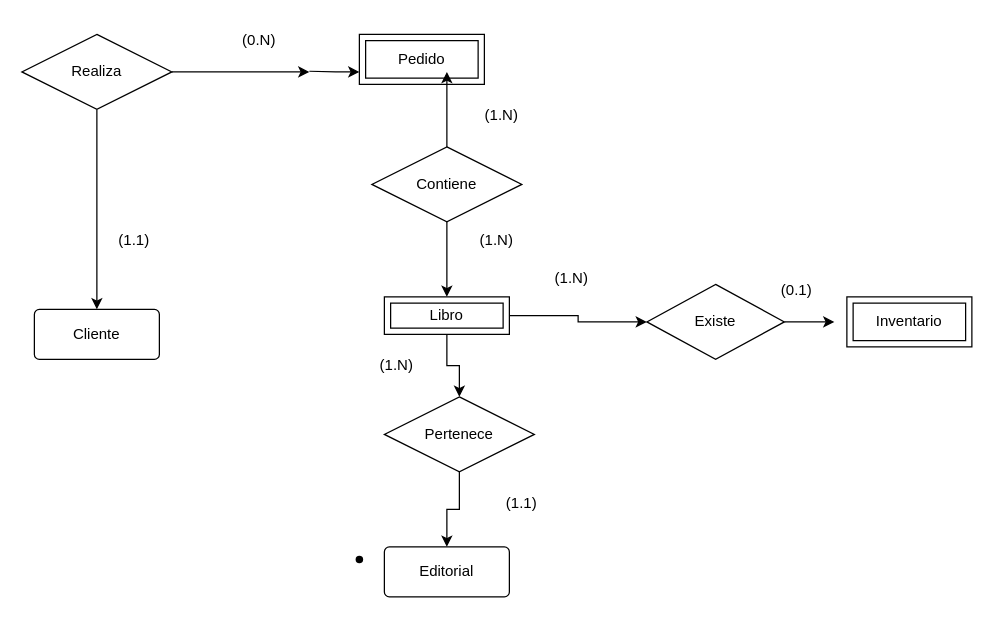
Sergio-Tolaba/ds_ej keeps this draw.io diagram as db/modelo.drawio. Above is the earlier version. Source tidied: cells renumbered, new cells numbered last; positions are measured from the earlier drawing's top-left corner, leaving out a move shared by most shapes. Both pictures are drawn from the tidied source at 125%, with x=0, y=0 at pixel (21, 21).
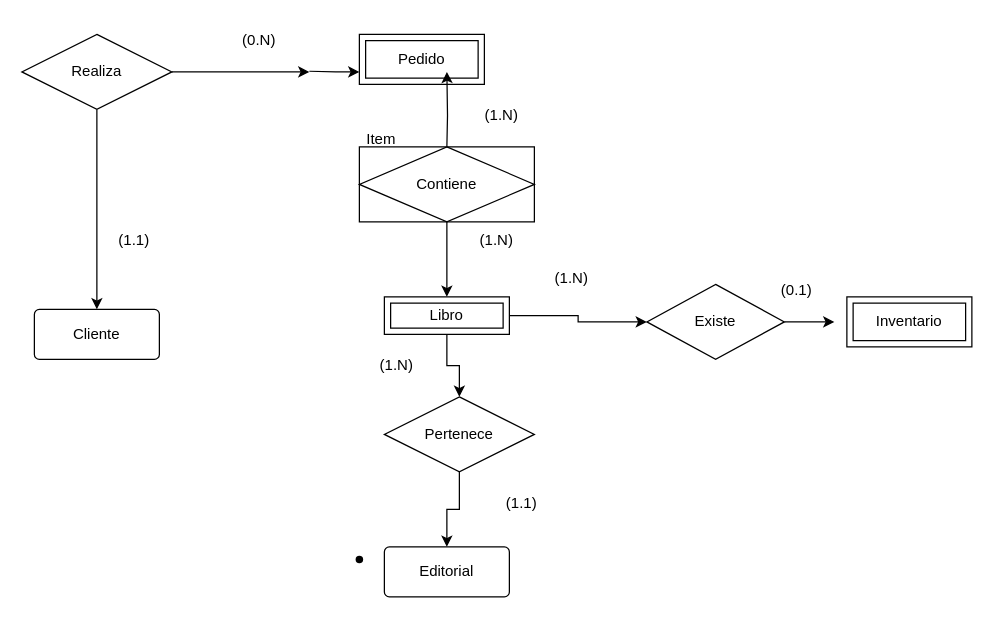
After the change.

Commit message:
M.N Entidad Asociativa: Contiene-Items: modelo.drawio

The change refers to these unchanged cells:
```xml
<mxCell id="4" value="Pedido" style="shape=ext;margin=3;double=1;whiteSpace=wrap;html=1;align=center;" parent="1" vertex="1">
  <mxGeometry x="270" y="10" width="100" height="40" as="geometry" />
</mxCell>
```

Change to the diagram source:
```diff
@@
-    <mxCell id="15" style="edgeStyle=orthogonalEdgeStyle;rounded=0;jettySize=auto;html=1;" parent="1" edge="1" source="16">
+    <mxCell id="15" style="edgeStyle=orthogonalEdgeStyle;rounded=0;orthogonalLoop=1;jettySize=auto;html=1;" parent="1" edge="1">
       <mxGeometry relative="1" as="geometry">
+        <mxPoint x="340" y="160" as="sourcePoint" />
         <mxPoint x="340" y="220" as="targetPoint" />
       </mxGeometry>
     </mxCell>
-    <mxCell id="16" value="Contiene" style="shape=rhombus;perimeter=rhombusPerimeter;whiteSpace=wrap;html=1;align=center;" parent="1" vertex="1">
-      <mxGeometry x="280" y="100" width="120" height="60" as="geometry" />
-    </mxCell>
-    <mxCell id="17" style="edgeStyle=orthogonalEdgeStyle;rounded=0;jettySize=auto;html=1;entryX=0.7;entryY=0.75;entryDx=0;entryDy=0;entryPerimeter=0;" parent="1" edge="1" source="16" target="4">
-      <mxGeometry relative="1" as="geometry" />
+    <mxCell id="17" style="edgeStyle=orthogonalEdgeStyle;rounded=0;jettySize=auto;html=1;entryX=0.7;entryY=0.75;entryDx=0;entryDy=0;entryPerimeter=0;" parent="1" edge="1" target="4">
+      <mxGeometry relative="1" as="geometry">
+        <mxPoint x="340" y="100" as="sourcePoint" />
+      </mxGeometry>
     </mxCell>
@@
+    <mxCell id="16" value="Contiene" style="shape=associativeEntity;whiteSpace=wrap;html=1;align=center;" parent="1" vertex="1">
+      <mxGeometry x="270" y="100" width="140" height="60" as="geometry" />
+    </mxCell>
+    <mxCell id="30" value="Item" style="text;strokeColor=none;fillColor=none;spacingLeft=4;spacingRight=4;overflow=hidden;fontSize=12;whiteSpace=wrap;html=1;" parent="1" vertex="1">
+      <mxGeometry x="270" y="80" width="40" height="30" as="geometry" />
+    </mxCell>
```
